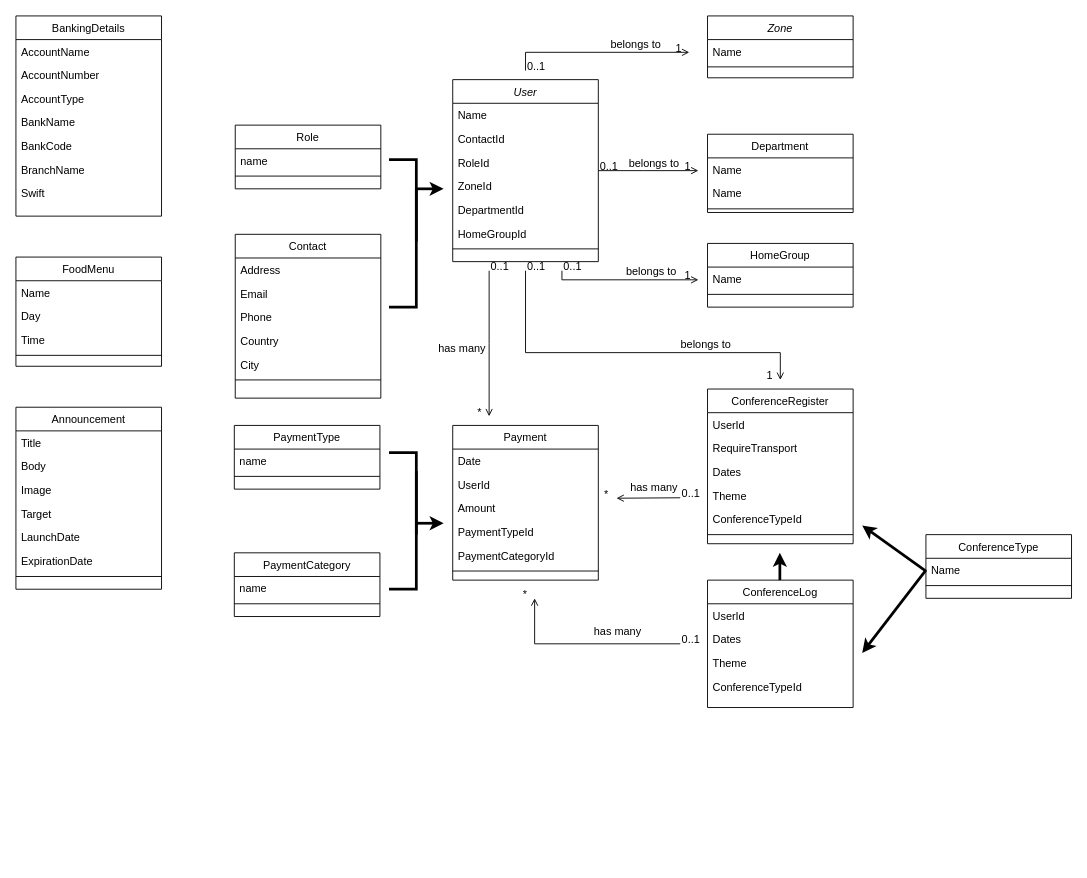
alphamonline/HIM-Events-App keeps this draw.io diagram as Untitled Diagram.drawio. Above is the earlier version. Source tidied: cells renumbered, new cells numbered last; positions are measured from the earlier drawing's top-left corner, leaving out a move shared by most shapes. Both pictures are drawn from the tidied source at 91%, with x=0, y=0 at pixel (15, 15).
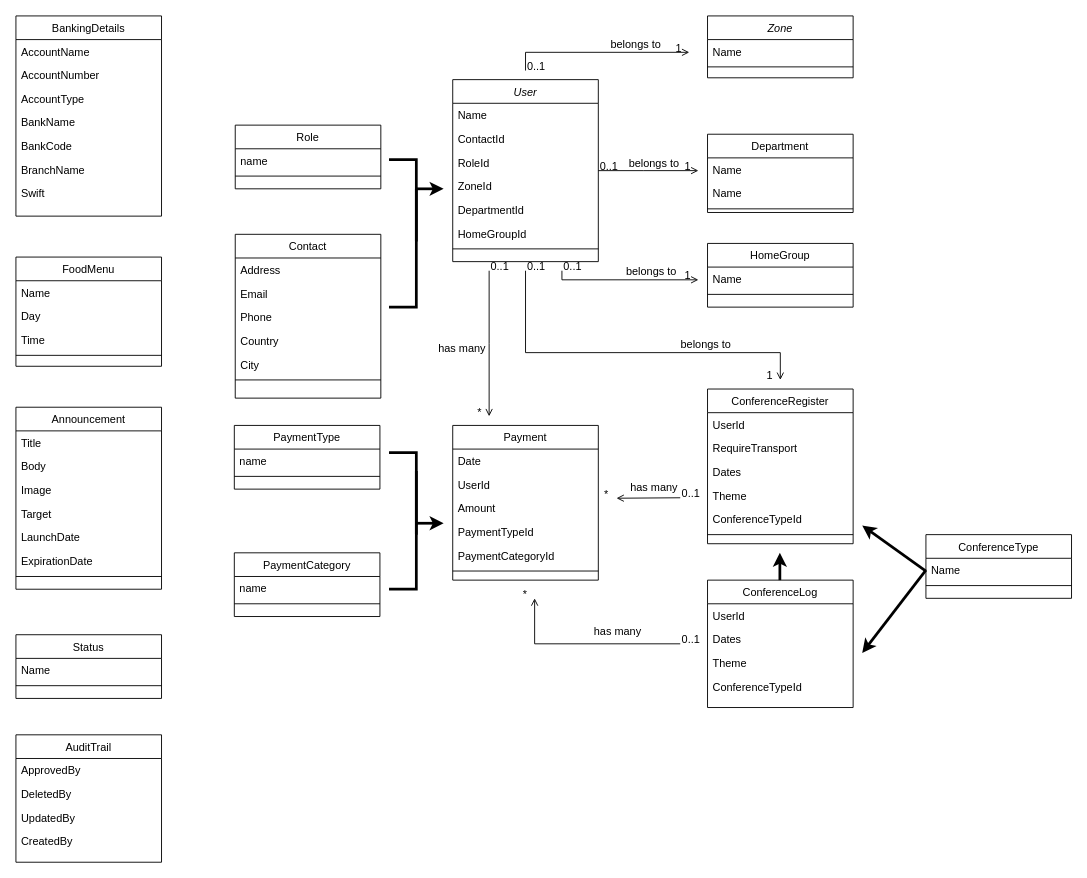
The same diagram, later.

Commit message:
audit trail

Change to the diagram source:
```diff
@@
+    <mxCell id="116" value="Status" style="swimlane;fontStyle=0;align=center;verticalAlign=top;horizontal=1;startSize=26;rounded=0;shadow=0;strokeWidth=1;" parent="1" vertex="1">
+      <mxGeometry y="680" width="160" height="70" as="geometry" />
+    </mxCell>
+    <mxCell id="117" value="Name" style="text;align=left;verticalAlign=top;spacingLeft=4;spacingRight=4;overflow=hidden;" parent="116" vertex="1">
+      <mxGeometry y="26" width="160" height="26" as="geometry" />
+    </mxCell>
+    <mxCell id="118" style="line;html=1;strokeWidth=1;align=left;verticalAlign=middle;spacingTop=-1;spacingLeft=3;spacingRight=3;labelPosition=right;" parent="116" vertex="1">
+      <mxGeometry y="52" width="160" height="8" as="geometry" />
+    </mxCell>
+    <mxCell id="119" value="AuditTrail" style="swimlane;fontStyle=0;align=center;verticalAlign=top;horizontal=1;startSize=26;rounded=0;shadow=0;strokeWidth=1;" parent="1" vertex="1">
+      <mxGeometry y="790" width="160" height="140" as="geometry" />
+    </mxCell>
+    <mxCell id="120" value="ApprovedBy" style="text;align=left;verticalAlign=top;spacingLeft=4;spacingRight=4;overflow=hidden;" parent="119" vertex="1">
+      <mxGeometry y="26" width="160" height="26" as="geometry" />
+    </mxCell>
+    <mxCell id="121" value="DeletedBy" style="text;align=left;verticalAlign=top;spacingLeft=4;spacingRight=4;overflow=hidden;rounded=0;shadow=0;html=0;" parent="119" vertex="1">
+      <mxGeometry y="52" width="160" height="26" as="geometry" />
+    </mxCell>
+    <mxCell id="122" value="UpdatedBy" style="text;align=left;verticalAlign=top;spacingLeft=4;spacingRight=4;overflow=hidden;rounded=0;shadow=0;html=0;" parent="119" vertex="1">
+      <mxGeometry y="78" width="160" height="26" as="geometry" />
+    </mxCell>
+    <mxCell id="123" value="CreatedBy" style="text;align=left;verticalAlign=top;spacingLeft=4;spacingRight=4;overflow=hidden;rounded=0;shadow=0;html=0;" parent="119" vertex="1">
+      <mxGeometry y="104" width="160" height="26" as="geometry" />
+    </mxCell>
```
